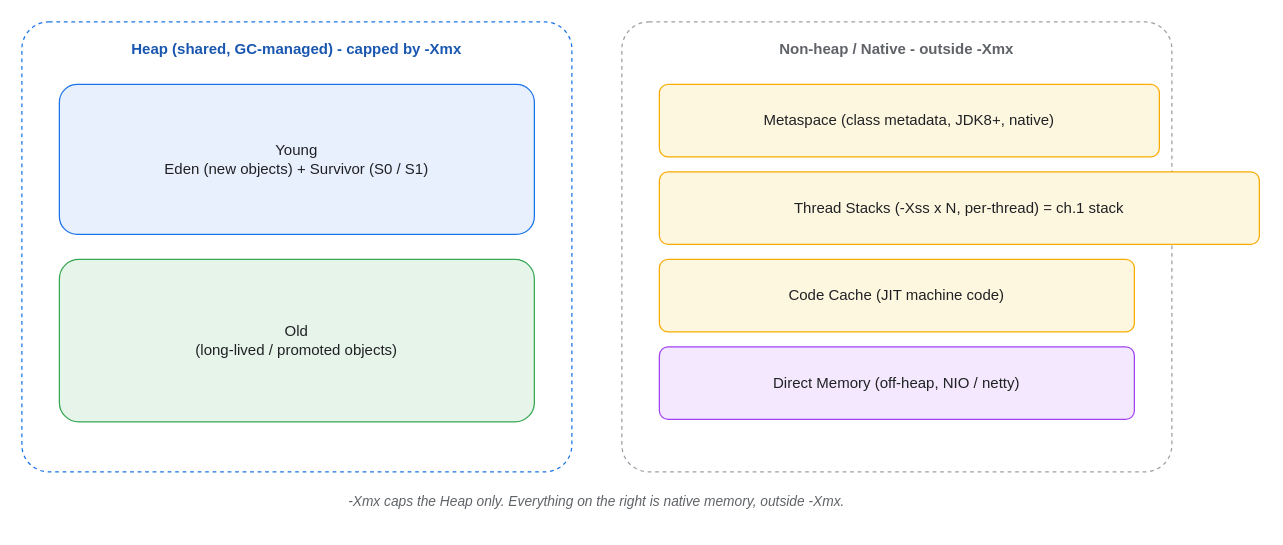
This is assets/img/jvm/jvm-03-jvm-memory-areas.drawio from KKamJi98/kkamji98.github.io, a draw.io file, before an edit. Source tidied: cells renumbered, new cells numbered last; positions are measured from the earlier drawing's top-left corner, leaving out a move shared by most shapes. Both pictures are drawn from the tidied source at 125%, with x=0, y=0 at pixel (21, 21).
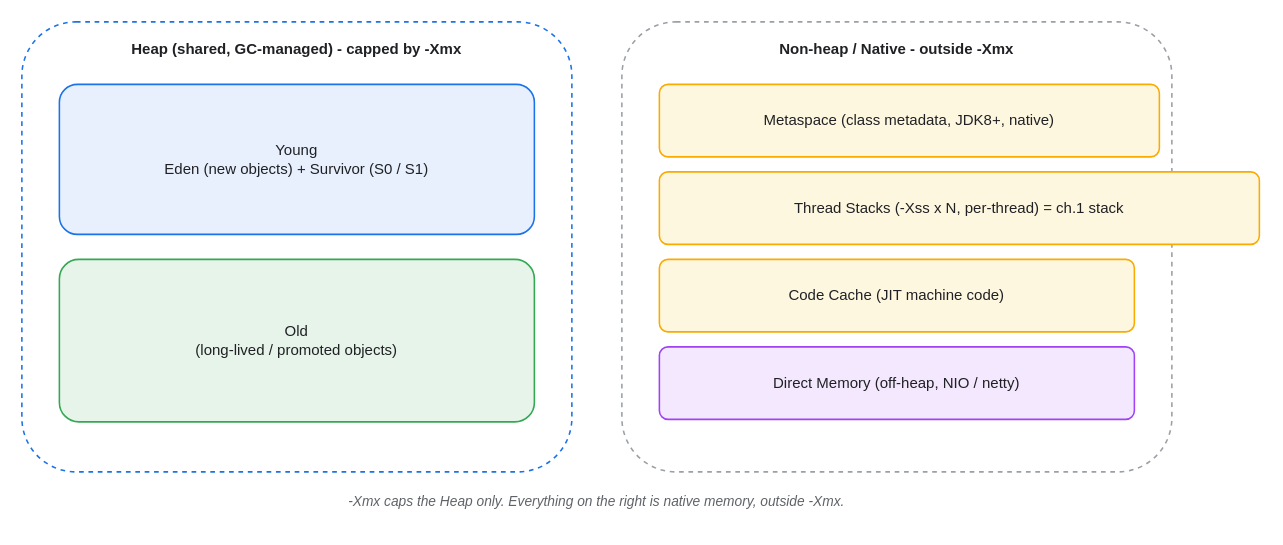
Above is the later version.

What changed in the source:
```diff
@@
 <mxGraphModel background="#FFFFFF">
   <root>
     <mxCell id="0" />
     <mxCell id="1" parent="0" />
-    <mxCell id="2" value="Heap  (shared, GC-managed)  -  capped by -Xmx" style="rounded=1;whiteSpace=wrap;html=0;arcSize=6;shadow=0;fillColor=#FFFFFF;strokeColor=#1A73E8;fontColor=#1A57B0;fontStyle=1;verticalAlign=top;align=center;dashed=1;spacingTop=8;" parent="1" vertex="1">
+    <mxCell id="2" value="Heap  (shared, GC-managed)  -  capped by -Xmx" style="rounded=1;whiteSpace=wrap;html=0;arcSize=12;shadow=0;fillColor=#FFFFFF;strokeColor=#1A73E8;fontColor=#202124;fontStyle=1;verticalAlign=top;align=center;dashed=1;spacingTop=8;strokeWidth=1.25;" parent="1" vertex="1">
       <mxGeometry width="440" height="360" as="geometry" />
     </mxCell>
-    <mxCell id="3" value="Young&#10;Eden (new objects) + Survivor (S0 / S1)" style="rounded=1;whiteSpace=wrap;html=0;arcSize=12;shadow=0;fillColor=#E8F0FE;strokeColor=#1A73E8;fontColor=#202124;" parent="1" vertex="1">
+    <mxCell id="3" value="Young&#10;Eden (new objects) + Survivor (S0 / S1)" style="rounded=1;whiteSpace=wrap;html=0;arcSize=12;shadow=0;fillColor=#E8F0FE;strokeColor=#1A73E8;fontColor=#202124;strokeWidth=1.25;" parent="1" vertex="1">
       <mxGeometry x="30" y="50" width="380" height="120" as="geometry" />
     </mxCell>
-    <mxCell id="4" value="Old&#10;(long-lived / promoted objects)" style="rounded=1;whiteSpace=wrap;html=0;arcSize=12;shadow=0;fillColor=#E6F4EA;strokeColor=#34A853;fontColor=#202124;" parent="1" vertex="1">
+    <mxCell id="4" value="Old&#10;(long-lived / promoted objects)" style="rounded=1;whiteSpace=wrap;html=0;arcSize=12;shadow=0;fillColor=#E6F4EA;strokeColor=#34A853;fontColor=#202124;strokeWidth=1.25;" parent="1" vertex="1">
       <mxGeometry x="30" y="190" width="380" height="130" as="geometry" />
     </mxCell>
-    <mxCell id="5" value="Non-heap / Native  -  outside -Xmx" style="rounded=1;whiteSpace=wrap;html=0;arcSize=6;shadow=0;fillColor=#FFFFFF;strokeColor=#9AA0A6;fontColor=#5F6368;fontStyle=1;verticalAlign=top;align=center;dashed=1;spacingTop=8;" parent="1" vertex="1">
+    <mxCell id="5" value="Non-heap / Native  -  outside -Xmx" style="rounded=1;whiteSpace=wrap;html=0;arcSize=12;shadow=0;fillColor=#FFFFFF;strokeColor=#9AA0A6;fontColor=#202124;fontStyle=1;verticalAlign=top;align=center;dashed=1;spacingTop=8;strokeWidth=1.25;" parent="1" vertex="1">
       <mxGeometry x="480" width="440" height="360" as="geometry" />
     </mxCell>
-    <mxCell id="6" value="Metaspace  (class metadata, JDK8+, native)" style="rounded=1;whiteSpace=wrap;html=0;arcSize=12;shadow=0;fillColor=#FEF7E0;strokeColor=#F9AB00;fontColor=#202124;" parent="1" vertex="1">
+    <mxCell id="6" value="Metaspace  (class metadata, JDK8+, native)" style="rounded=1;whiteSpace=wrap;html=0;arcSize=12;shadow=0;fillColor=#FEF7E0;strokeColor=#F9AB00;fontColor=#202124;strokeWidth=1.25;" parent="1" vertex="1">
       <mxGeometry x="510" y="50" width="400" height="58" as="geometry" />
     </mxCell>
-    <mxCell id="7" value="Thread Stacks  (-Xss x N, per-thread)  = ch.1 stack" style="rounded=1;whiteSpace=wrap;html=0;arcSize=12;shadow=0;fillColor=#FEF7E0;strokeColor=#F9AB00;fontColor=#202124;" parent="1" vertex="1">
+    <mxCell id="7" value="Thread Stacks  (-Xss x N, per-thread)  = ch.1 stack" style="rounded=1;whiteSpace=wrap;html=0;arcSize=12;shadow=0;fillColor=#FEF7E0;strokeColor=#F9AB00;fontColor=#202124;strokeWidth=1.25;" parent="1" vertex="1">
       <mxGeometry x="510" y="120" width="480" height="58" as="geometry" />
     </mxCell>
-    <mxCell id="8" value="Code Cache  (JIT machine code)" style="rounded=1;whiteSpace=wrap;html=0;arcSize=12;shadow=0;fillColor=#FEF7E0;strokeColor=#F9AB00;fontColor=#202124;" parent="1" vertex="1">
+    <mxCell id="8" value="Code Cache  (JIT machine code)" style="rounded=1;whiteSpace=wrap;html=0;arcSize=12;shadow=0;fillColor=#FEF7E0;strokeColor=#F9AB00;fontColor=#202124;strokeWidth=1.25;" parent="1" vertex="1">
       <mxGeometry x="510" y="190" width="380" height="58" as="geometry" />
     </mxCell>
-    <mxCell id="9" value="Direct Memory  (off-heap, NIO / netty)" style="rounded=1;whiteSpace=wrap;html=0;arcSize=12;shadow=0;fillColor=#F3E8FD;strokeColor=#A142F4;fontColor=#202124;" parent="1" vertex="1">
+    <mxCell id="9" value="Direct Memory  (off-heap, NIO / netty)" style="rounded=1;whiteSpace=wrap;html=0;arcSize=12;shadow=0;fillColor=#F3E8FD;strokeColor=#A142F4;fontColor=#202124;strokeWidth=1.25;" parent="1" vertex="1">
       <mxGeometry x="510" y="260" width="380" height="58" as="geometry" />
     </mxCell>
     <mxCell id="10" value="-Xmx caps the Heap only. Everything on the right is native memory, outside -Xmx." style="text;html=0;align=center;verticalAlign=middle;whiteSpace=wrap;fontSize=11;fontColor=#5F6368;fontStyle=2;" parent="1" vertex="1">
       <mxGeometry y="366" width="920" height="35" as="geometry" />
     </mxCell>
   </root>
 </mxGraphModel>
```
